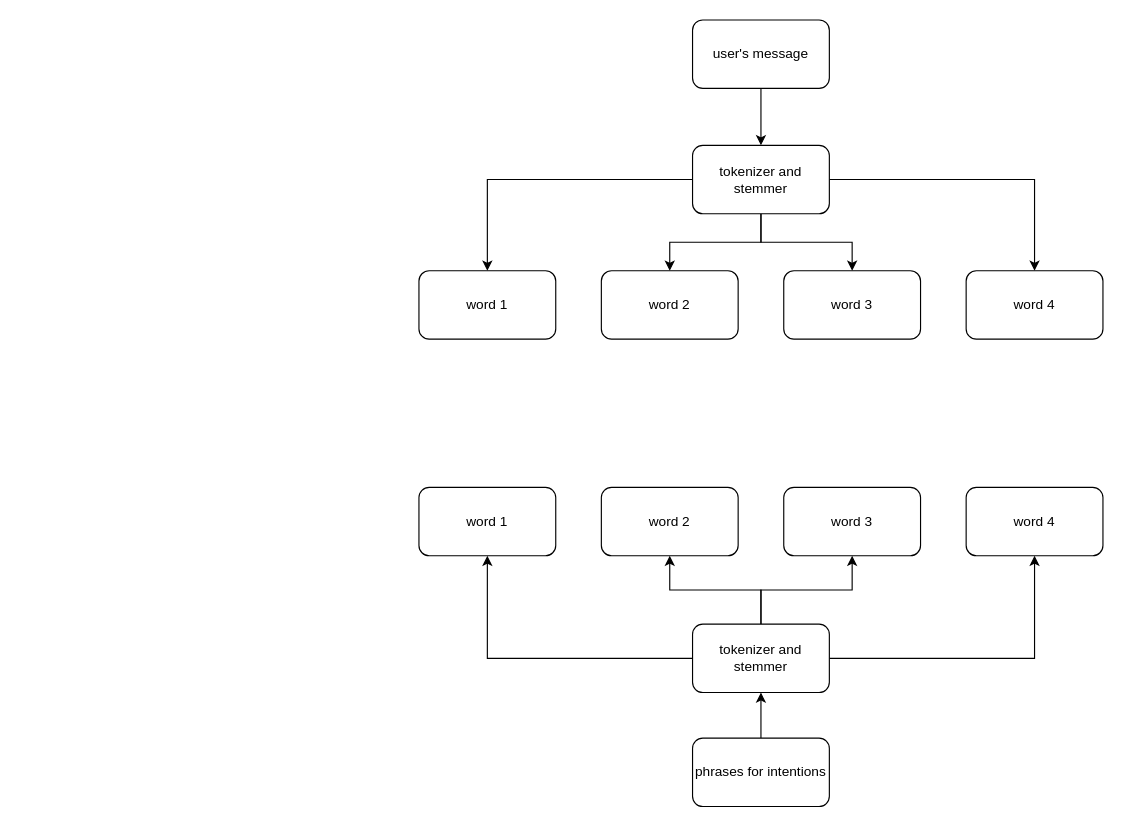
Grrom/draw_io_stuff keeps this draw.io diagram as annie_nlp.drawio. Above is the earlier version. Source tidied: cells renumbered, new cells numbered last; positions are measured from the earlier drawing's top-left corner, leaving out a move shared by most shapes. Both pictures are drawn from the tidied source at 114%, with x=0, y=0 at pixel (418, 19).
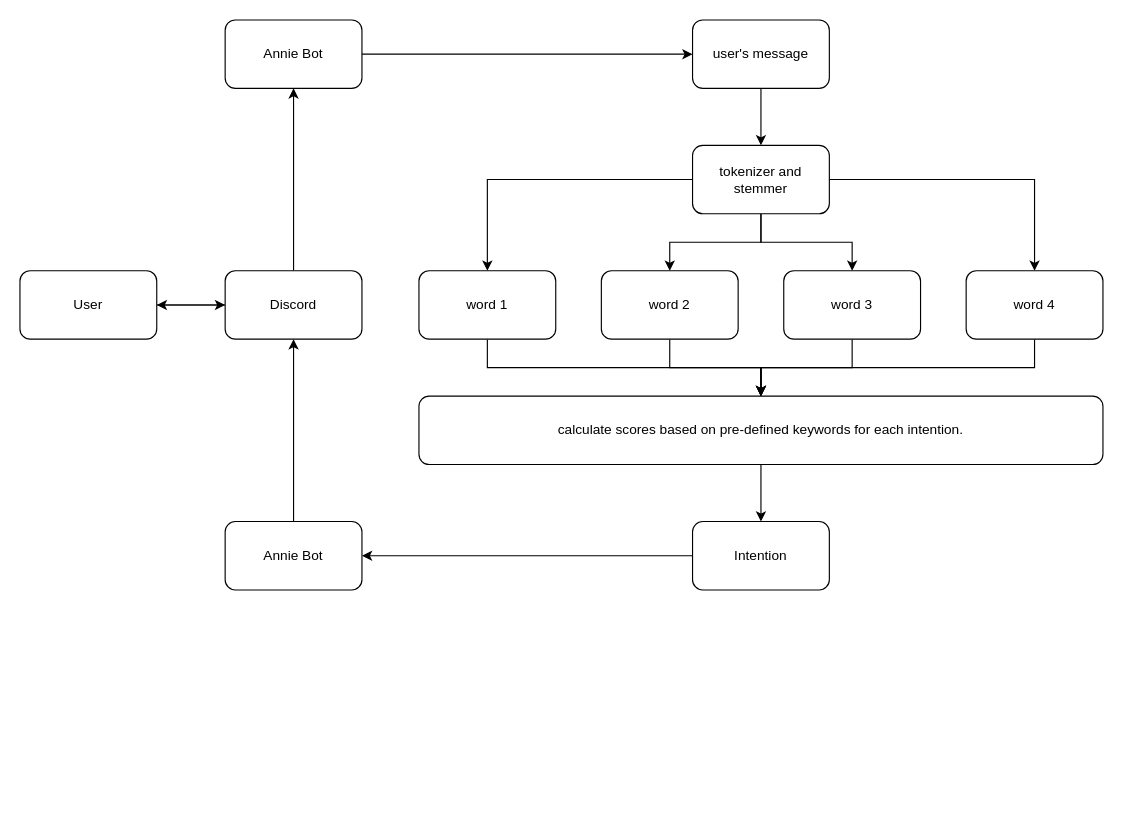
The same diagram, later.

The change refers to these unchanged cells:
```xml
<mxCell id="3" value="user's message" style="rounded=1;whiteSpace=wrap;html=1;" parent="1" vertex="1">
  <mxGeometry x="240" width="120" height="60" as="geometry" />
</mxCell>
<mxCell id="9" value="word 1" style="rounded=1;whiteSpace=wrap;html=1;" parent="1" vertex="1">
  <mxGeometry y="220" width="120" height="60" as="geometry" />
</mxCell>
<mxCell id="10" value="word 2" style="rounded=1;whiteSpace=wrap;html=1;" parent="1" vertex="1">
  <mxGeometry x="160" y="220" width="120" height="60" as="geometry" />
</mxCell>
<mxCell id="11" value="word 3" style="rounded=1;whiteSpace=wrap;html=1;" parent="1" vertex="1">
  <mxGeometry x="320" y="220" width="120" height="60" as="geometry" />
</mxCell>
<mxCell id="12" value="word 4" style="rounded=1;whiteSpace=wrap;html=1;" parent="1" vertex="1">
  <mxGeometry x="480" y="220" width="120" height="60" as="geometry" />
</mxCell>
```

The edit, as a diff of the source:
```diff
@@
+    <mxCell id="24" style="edgeStyle=orthogonalEdgeStyle;rounded=0;jettySize=auto;html=1;" parent="1" edge="1" source="9" target="29">
+      <mxGeometry relative="1" as="geometry" />
+    </mxCell>
@@
+    <mxCell id="25" style="edgeStyle=orthogonalEdgeStyle;rounded=0;jettySize=auto;html=1;" parent="1" edge="1" source="10" target="29">
+      <mxGeometry relative="1" as="geometry" />
+    </mxCell>
@@
+    <mxCell id="26" style="edgeStyle=orthogonalEdgeStyle;rounded=0;jettySize=auto;html=1;entryX=0.5;entryY=0;entryDx=0;entryDy=0;" parent="1" edge="1" source="11" target="29">
+      <mxGeometry relative="1" as="geometry" />
+    </mxCell>
@@
+    <mxCell id="27" style="edgeStyle=orthogonalEdgeStyle;rounded=0;jettySize=auto;html=1;" parent="1" edge="1" source="12" target="29">
+      <mxGeometry relative="1" as="geometry" />
+    </mxCell>
@@
-    <mxCell id="13" style="edgeStyle=orthogonalEdgeStyle;rounded=0;jettySize=auto;html=1;entryX=0.5;entryY=1;entryDx=0;entryDy=0;" parent="1" edge="1" source="14" target="19">
-      <mxGeometry relative="1" as="geometry" />
-    </mxCell>
-    <mxCell id="14" value="phrases for intentions" style="rounded=1;whiteSpace=wrap;html=1;" parent="1" vertex="1">
-      <mxGeometry x="240" y="630" width="120" height="60" as="geometry" />
-    </mxCell>
-    <mxCell id="15" style="edgeStyle=orthogonalEdgeStyle;rounded=0;jettySize=auto;html=1;" parent="1" edge="1" source="19" target="21">
-      <mxGeometry relative="1" as="geometry" />
-    </mxCell>
-    <mxCell id="16" style="edgeStyle=orthogonalEdgeStyle;rounded=0;jettySize=auto;html=1;" parent="1" edge="1" source="19" target="22">
-      <mxGeometry relative="1" as="geometry" />
-    </mxCell>
-    <mxCell id="17" style="edgeStyle=orthogonalEdgeStyle;rounded=0;jettySize=auto;html=1;" parent="1" edge="1" source="19" target="23">
-      <mxGeometry relative="1" as="geometry" />
-    </mxCell>
-    <mxCell id="18" style="edgeStyle=orthogonalEdgeStyle;rounded=0;jettySize=auto;html=1;" parent="1" edge="1" source="19" target="20">
-      <mxGeometry relative="1" as="geometry" />
-    </mxCell>
-    <mxCell id="19" value="tokenizer and stemmer" style="rounded=1;whiteSpace=wrap;html=1;" parent="1" vertex="1">
-      <mxGeometry x="240" y="530" width="120" height="60" as="geometry" />
-    </mxCell>
-    <mxCell id="20" value="word 1" style="rounded=1;whiteSpace=wrap;html=1;" parent="1" vertex="1">
-      <mxGeometry y="410" width="120" height="60" as="geometry" />
-    </mxCell>
-    <mxCell id="21" value="word 2" style="rounded=1;whiteSpace=wrap;html=1;" parent="1" vertex="1">
-      <mxGeometry x="160" y="410" width="120" height="60" as="geometry" />
-    </mxCell>
-    <mxCell id="22" value="word 3" style="rounded=1;whiteSpace=wrap;html=1;" parent="1" vertex="1">
-      <mxGeometry x="320" y="410" width="120" height="60" as="geometry" />
-    </mxCell>
-    <mxCell id="23" value="word 4" style="rounded=1;whiteSpace=wrap;html=1;" parent="1" vertex="1">
-      <mxGeometry x="480" y="410" width="120" height="60" as="geometry" />
-    </mxCell>
+    <mxCell id="28" style="edgeStyle=orthogonalEdgeStyle;rounded=0;jettySize=auto;html=1;entryX=0.5;entryY=0;entryDx=0;entryDy=0;" parent="1" edge="1" source="29" target="36">
+      <mxGeometry relative="1" as="geometry" />
+    </mxCell>
+    <mxCell id="29" value="calculate scores based on pre-defined keywords for each intention." style="rounded=1;whiteSpace=wrap;html=1;" parent="1" vertex="1">
+      <mxGeometry y="330" width="600" height="60" as="geometry" />
+    </mxCell>
+    <mxCell id="30" style="edgeStyle=orthogonalEdgeStyle;rounded=0;jettySize=auto;html=1;entryX=0.5;entryY=1;entryDx=0;entryDy=0;" parent="1" edge="1" source="31" target="34">
+      <mxGeometry relative="1" as="geometry" />
+    </mxCell>
+    <mxCell id="31" value="Annie Bot" style="rounded=1;whiteSpace=wrap;html=1;" parent="1" vertex="1">
+      <mxGeometry x="-170" y="440" width="120" height="60" as="geometry" />
+    </mxCell>
+    <mxCell id="32" style="edgeStyle=orthogonalEdgeStyle;rounded=0;jettySize=auto;html=1;entryX=0.5;entryY=1;entryDx=0;entryDy=0;" parent="1" edge="1" source="34" target="38">
+      <mxGeometry relative="1" as="geometry" />
+    </mxCell>
+    <mxCell id="33" style="edgeStyle=orthogonalEdgeStyle;rounded=0;jettySize=auto;html=1;entryX=1;entryY=0.5;entryDx=0;entryDy=0;" parent="1" edge="1" source="34" target="40">
+      <mxGeometry relative="1" as="geometry" />
+    </mxCell>
+    <mxCell id="34" value="Discord" style="rounded=1;whiteSpace=wrap;html=1;" parent="1" vertex="1">
+      <mxGeometry x="-170" y="220" width="120" height="60" as="geometry" />
+    </mxCell>
+    <mxCell id="35" style="edgeStyle=orthogonalEdgeStyle;rounded=0;jettySize=auto;html=1;entryX=1;entryY=0.5;entryDx=0;entryDy=0;" parent="1" edge="1" source="36" target="31">
+      <mxGeometry relative="1" as="geometry" />
+    </mxCell>
+    <mxCell id="36" value="Intention" style="rounded=1;whiteSpace=wrap;html=1;" parent="1" vertex="1">
+      <mxGeometry x="240" y="440" width="120" height="60" as="geometry" />
+    </mxCell>
+    <mxCell id="37" style="edgeStyle=orthogonalEdgeStyle;rounded=0;jettySize=auto;html=1;entryX=0;entryY=0.5;entryDx=0;entryDy=0;" parent="1" edge="1" source="38" target="3">
+      <mxGeometry relative="1" as="geometry" />
+    </mxCell>
+    <mxCell id="38" value="Annie Bot" style="rounded=1;whiteSpace=wrap;html=1;" parent="1" vertex="1">
+      <mxGeometry x="-170" width="120" height="60" as="geometry" />
+    </mxCell>
+    <mxCell id="39" style="edgeStyle=orthogonalEdgeStyle;rounded=0;jettySize=auto;html=1;entryX=0;entryY=0.5;entryDx=0;entryDy=0;" parent="1" edge="1" source="40" target="34">
+      <mxGeometry relative="1" as="geometry" />
+    </mxCell>
+    <mxCell id="40" value="User" style="rounded=1;whiteSpace=wrap;html=1;" parent="1" vertex="1">
+      <mxGeometry x="-350" y="220" width="120" height="60" as="geometry" />
+    </mxCell>
```
